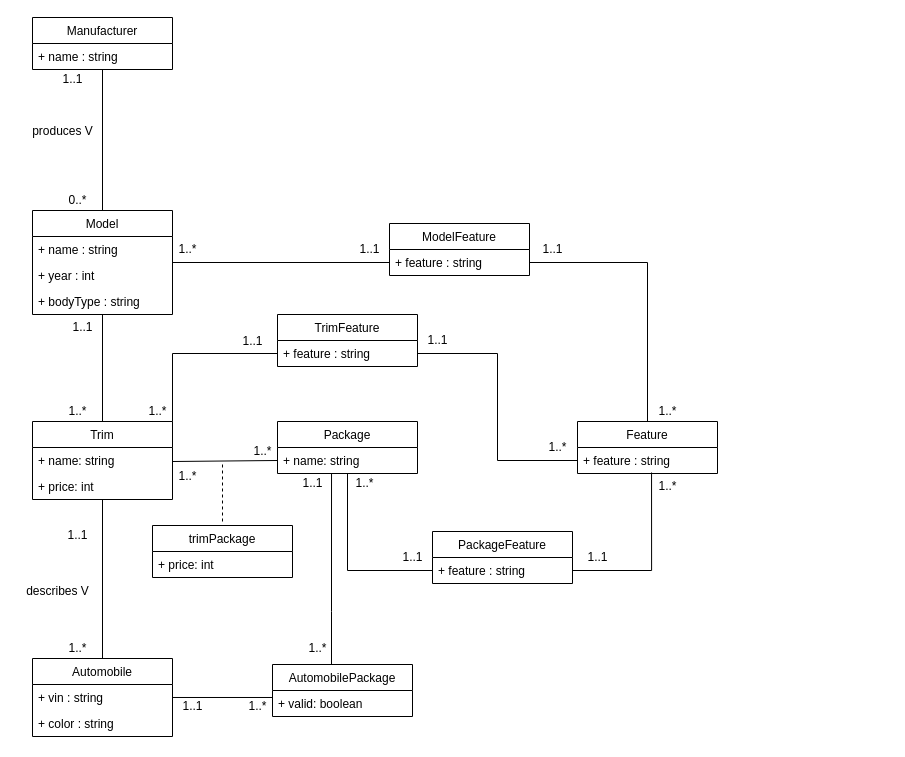
Before: page "UML" (1 of 2) of Project 2.drawio in AnthraciteData/CECS-323-, a draw.io diagram. Source tidied: cells renumbered, new cells numbered last; positions are measured from the earlier drawing's top-left corner, leaving out a move shared by most shapes. Both pictures are drawn from the tidied source at 100%, with x=0, y=0 at pixel (17, 17).
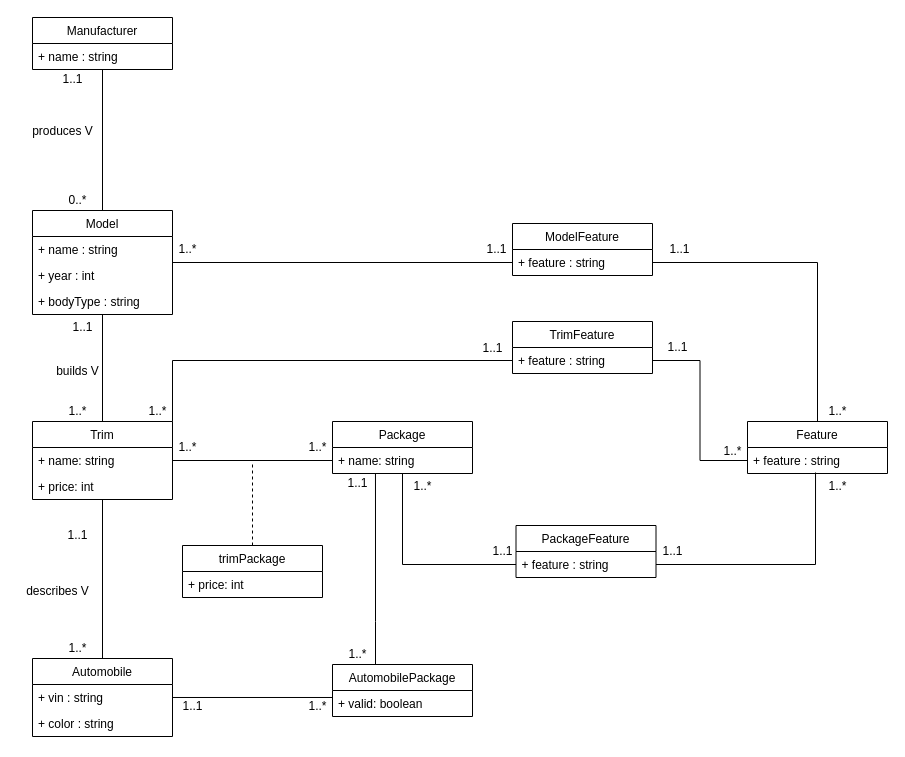
After the change.

Commit message:
Touched up UML

The change refers to these unchanged cells:
```xml
<mxCell id="20" value="+ name: string" style="text;strokeColor=none;fillColor=none;align=left;verticalAlign=top;spacingLeft=4;spacingRight=4;overflow=hidden;points=[[0,0.5],[1,0.5]];portConstraint=eastwest;" parent="19" vertex="1">
  <mxGeometry y="26" width="140" height="26" as="geometry" />
</mxCell>
<mxCell id="23" value="+ feature : string" style="text;strokeColor=none;fillColor=none;align=left;verticalAlign=top;spacingLeft=4;spacingRight=4;overflow=hidden;points=[[0,0.5],[1,0.5]];portConstraint=eastwest;" parent="22" vertex="1">
  <mxGeometry y="26" width="140" height="26" as="geometry" />
</mxCell>
<mxCell id="26" value="+ name: string" style="text;strokeColor=none;fillColor=none;align=left;verticalAlign=top;spacingLeft=4;spacingRight=4;overflow=hidden;points=[[0,0.5],[1,0.5]];portConstraint=eastwest;" parent="25" vertex="1">
  <mxGeometry y="26" width="140" height="26" as="geometry" />
</mxCell>
<mxCell id="41" value="+ feature : string" style="text;strokeColor=none;fillColor=none;align=left;verticalAlign=top;spacingLeft=4;spacingRight=4;overflow=hidden;points=[[0,0.5],[1,0.5]];portConstraint=eastwest;" parent="40" vertex="1">
  <mxGeometry y="26" width="140" height="26" as="geometry" />
</mxCell>
```

The edit, as a diff of the source:
```diff
@@
     <mxCell id="22" value="Feature" style="swimlane;fontStyle=0;horizontal=1;startSize=26;fillColor=none;" parent="1" vertex="1">
-      <mxGeometry x="560" y="404" width="140" height="52" as="geometry" />
+      <mxGeometry x="730" y="404" width="140" height="52" as="geometry" />
     </mxCell>
@@
     <mxCell id="25" value="Package" style="swimlane;fontStyle=0;horizontal=1;startSize=26;fillColor=none;" parent="1" vertex="1">
-      <mxGeometry x="260" y="404" width="140" height="52" as="geometry" />
+      <mxGeometry x="315" y="404" width="140" height="52" as="geometry" />
     </mxCell>
@@
     <mxCell id="31" value="1..*" style="text;html=1;align=center;verticalAlign=middle;strokeColor=none;fillColor=none;" parent="1" vertex="1">
-      <mxGeometry x="230" y="424" width="30" height="20" as="geometry" />
+      <mxGeometry x="285" y="420" width="30" height="20" as="geometry" />
     </mxCell>
@@
+    <mxCell id="67" style="edgeStyle=orthogonalEdgeStyle;rounded=0;jettySize=auto;html=1;endArrow=none;endFill=0;dashed=1;" parent="1" edge="1" source="33">
+      <mxGeometry relative="1" as="geometry">
+        <mxPoint x="235" y="444" as="targetPoint" />
+      </mxGeometry>
+    </mxCell>
     <mxCell id="33" value="trimPackage" style="swimlane;fontStyle=0;horizontal=1;startSize=26;fillColor=none;" parent="1" vertex="1">
-      <mxGeometry x="135" y="508" width="140" height="52" as="geometry" />
+      <mxGeometry x="165" y="528" width="140" height="52" as="geometry" />
     </mxCell>
@@
-    <mxCell id="35" style="edgeStyle=orthogonalEdgeStyle;rounded=0;jettySize=auto;html=1;exitX=1;exitY=0.5;exitDx=0;exitDy=0;entryX=0;entryY=0.5;entryDx=0;entryDy=0;endArrow=none;endFill=0;" parent="1" edge="1" source="20">
-      <mxGeometry relative="1" as="geometry">
-        <mxPoint x="260" y="443" as="targetPoint" />
-        <Array as="points">
-          <mxPoint x="155" y="444" />
-          <mxPoint x="260" y="444" />
-        </Array>
-      </mxGeometry>
-    </mxCell>
-    <mxCell id="36" style="endArrow=none;dashed=1;html=1;rounded=0;strokeColor=default;" parent="1" edge="1">
-      <mxGeometry relative="1" as="geometry">
-        <mxPoint x="205" y="504" as="sourcePoint" />
-        <mxPoint x="205" y="444" as="targetPoint" />
-      </mxGeometry>
-    </mxCell>
     <mxCell id="37" value="1..*" style="text;html=1;align=center;verticalAlign=middle;strokeColor=none;fillColor=none;" parent="1" vertex="1">
-      <mxGeometry x="635" y="384" width="30" height="20" as="geometry" />
+      <mxGeometry x="805" y="384" width="30" height="20" as="geometry" />
     </mxCell>
     <mxCell id="38" value="ModelFeature" style="swimlane;fontStyle=0;horizontal=1;startSize=26;fillColor=none;" parent="1" vertex="1">
-      <mxGeometry x="372" y="206" width="140" height="52" as="geometry" />
+      <mxGeometry x="495" y="206" width="140" height="52" as="geometry" />
     </mxCell>
@@
     <mxCell id="40" value="PackageFeature" style="swimlane;fontStyle=0;horizontal=1;startSize=26;fillColor=none;" parent="1" vertex="1">
-      <mxGeometry x="415" y="514" width="140" height="52" as="geometry" />
+      <mxGeometry x="498.5" y="508" width="140" height="52" as="geometry" />
     </mxCell>
@@
-    <mxCell id="42" style="edgeStyle=orthogonalEdgeStyle;rounded=0;jettySize=auto;html=1;entryX=0.529;entryY=0.962;entryDx=0;entryDy=0;entryPerimeter=0;endArrow=none;endFill=0;" parent="1" edge="1" source="41" target="23">
-      <mxGeometry relative="1" as="geometry" />
-    </mxCell>
     <mxCell id="43" value="TrimFeature" style="swimlane;fontStyle=0;horizontal=1;startSize=26;fillColor=none;" parent="1" vertex="1">
-      <mxGeometry x="260" y="297" width="140" height="52" as="geometry" />
+      <mxGeometry x="495" y="304" width="140" height="52" as="geometry" />
     </mxCell>
@@
     <mxCell id="47" value="1..1" style="text;html=1;align=center;verticalAlign=middle;strokeColor=none;fillColor=none;" parent="1" vertex="1">
-      <mxGeometry x="332" y="222" width="40" height="20" as="geometry" />
+      <mxGeometry x="458.5" y="222" width="40" height="20" as="geometry" />
     </mxCell>
     <mxCell id="48" value="1..1" style="text;html=1;align=center;verticalAlign=middle;strokeColor=none;fillColor=none;" parent="1" vertex="1">
-      <mxGeometry x="515" y="222" width="40" height="20" as="geometry" />
+      <mxGeometry x="641.5" y="222" width="40" height="20" as="geometry" />
     </mxCell>
     <mxCell id="49" value="1..*" style="text;html=1;align=center;verticalAlign=middle;strokeColor=none;fillColor=none;" parent="1" vertex="1">
-      <mxGeometry x="635" y="459" width="30" height="20" as="geometry" />
+      <mxGeometry x="805" y="459" width="30" height="20" as="geometry" />
     </mxCell>
     <mxCell id="50" value="1..*" style="text;html=1;align=center;verticalAlign=middle;strokeColor=none;fillColor=none;" parent="1" vertex="1">
-      <mxGeometry x="332" y="456" width="30" height="20" as="geometry" />
+      <mxGeometry x="390" y="459" width="30" height="20" as="geometry" />
     </mxCell>
     <mxCell id="51" value="1..*" style="text;html=1;align=center;verticalAlign=middle;strokeColor=none;fillColor=none;" parent="1" vertex="1">
-      <mxGeometry x="155" y="449" width="30" height="20" as="geometry" />
+      <mxGeometry x="155" y="420" width="30" height="20" as="geometry" />
     </mxCell>
     <mxCell id="52" value="1..*" style="text;html=1;align=center;verticalAlign=middle;strokeColor=none;fillColor=none;" parent="1" vertex="1">
-      <mxGeometry x="525" y="420" width="30" height="20" as="geometry" />
+      <mxGeometry x="700" y="424" width="30" height="20" as="geometry" />
     </mxCell>
     <mxCell id="53" value="1..1" style="text;html=1;align=center;verticalAlign=middle;strokeColor=none;fillColor=none;" parent="1" vertex="1">
-      <mxGeometry x="375" y="530" width="40" height="20" as="geometry" />
+      <mxGeometry x="465" y="524" width="40" height="20" as="geometry" />
     </mxCell>
     <mxCell id="54" value="1..1" style="text;html=1;align=center;verticalAlign=middle;strokeColor=none;fillColor=none;" parent="1" vertex="1">
-      <mxGeometry x="560" y="530" width="40" height="20" as="geometry" />
+      <mxGeometry x="635" y="524" width="40" height="20" as="geometry" />
     </mxCell>
     <mxCell id="55" value="1..1" style="text;html=1;align=center;verticalAlign=middle;strokeColor=none;fillColor=none;" parent="1" vertex="1">
-      <mxGeometry x="215" y="314" width="40" height="20" as="geometry" />
+      <mxGeometry x="455" y="321" width="40" height="20" as="geometry" />
     </mxCell>
     <mxCell id="56" value="1..1" style="text;html=1;align=center;verticalAlign=middle;strokeColor=none;fillColor=none;" parent="1" vertex="1">
-      <mxGeometry x="400" y="313" width="40" height="20" as="geometry" />
+      <mxGeometry x="640" y="320" width="40" height="20" as="geometry" />
     </mxCell>
@@
-    <mxCell id="59" style="edgeStyle=orthogonalEdgeStyle;rounded=0;jettySize=auto;html=1;entryX=0.386;entryY=1;entryDx=0;entryDy=0;entryPerimeter=0;endArrow=none;endFill=0;" parent="1" edge="1" source="60" target="26">
+    <mxCell id="59" style="edgeStyle=orthogonalEdgeStyle;rounded=0;jettySize=auto;html=1;entryX=0.307;entryY=1;entryDx=0;entryDy=0;entryPerimeter=0;endArrow=none;endFill=0;" parent="1" edge="1" source="60" target="26">
       <mxGeometry relative="1" as="geometry">
         <Array as="points">
-          <mxPoint x="314" y="594" />
-          <mxPoint x="314" y="594" />
+          <mxPoint x="358" y="604" />
+          <mxPoint x="358" y="604" />
         </Array>
       </mxGeometry>
     </mxCell>
     <mxCell id="60" value="AutomobilePackage" style="swimlane;fontStyle=0;horizontal=1;startSize=26;fillColor=none;" parent="1" vertex="1">
-      <mxGeometry x="255" y="647" width="140" height="52" as="geometry" />
+      <mxGeometry x="315" y="647" width="140" height="52" as="geometry" />
     </mxCell>
@@
     <mxCell id="64" value="1..1" style="text;html=1;align=center;verticalAlign=middle;strokeColor=none;fillColor=none;" parent="1" vertex="1">
-      <mxGeometry x="275" y="456" width="40" height="20" as="geometry" />
+      <mxGeometry x="320" y="456" width="40" height="20" as="geometry" />
     </mxCell>
     <mxCell id="65" value="1..*" style="text;html=1;align=center;verticalAlign=middle;strokeColor=none;fillColor=none;" parent="1" vertex="1">
-      <mxGeometry x="225" y="679" width="30" height="20" as="geometry" />
+      <mxGeometry x="285" y="679" width="30" height="20" as="geometry" />
     </mxCell>
     <mxCell id="66" value="1..*" style="text;html=1;align=center;verticalAlign=middle;strokeColor=none;fillColor=none;" parent="1" vertex="1">
-      <mxGeometry x="285" y="621" width="30" height="20" as="geometry" />
+      <mxGeometry x="325" y="627" width="30" height="20" as="geometry" />
     </mxCell>
+    <mxCell id="42" style="edgeStyle=orthogonalEdgeStyle;rounded=0;jettySize=auto;html=1;entryX=0.486;entryY=0.962;entryDx=0;entryDy=0;entryPerimeter=0;endArrow=none;endFill=0;" parent="1" edge="1" source="41" target="23">
+      <mxGeometry relative="1" as="geometry" />
+    </mxCell>
+    <mxCell id="68" style="edgeStyle=orthogonalEdgeStyle;rounded=0;jettySize=auto;html=1;entryX=1;entryY=0.5;entryDx=0;entryDy=0;endArrow=none;endFill=0;" parent="1" edge="1" source="26" target="20">
+      <mxGeometry relative="1" as="geometry" />
+    </mxCell>
+    <mxCell id="69" value="builds V" style="text;html=1;align=center;verticalAlign=middle;strokeColor=none;fillColor=none;" parent="1" vertex="1">
+      <mxGeometry x="30" y="344" width="60" height="20" as="geometry" />
+    </mxCell>
```
